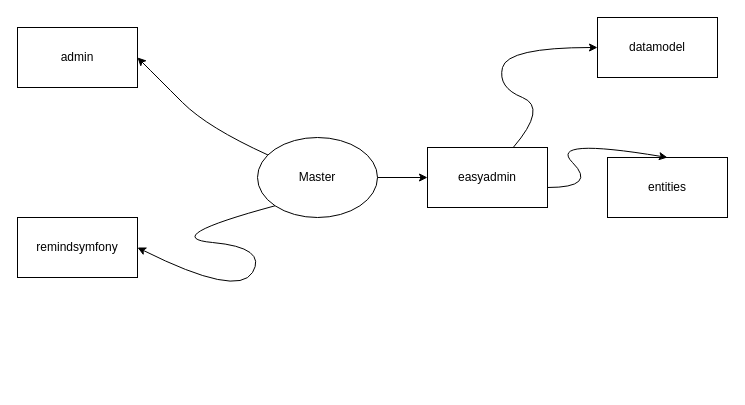
The draw.io diagram .docs/branches/branches.drawio in BigBen131283/portfolio, before the edit. Source tidied: cells renumbered, new cells numbered last; positions are measured from the earlier drawing's top-left corner, leaving out a move shared by most shapes. Both pictures are drawn from the tidied source at 100%, with x=0, y=0 at pixel (17, 17).
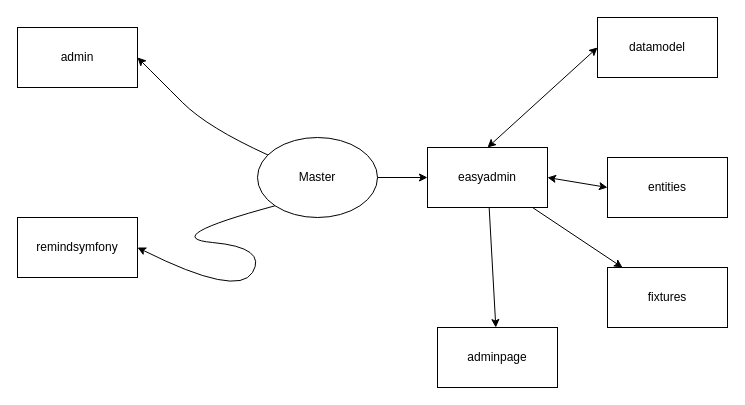
The same diagram, later.

Unchanged cells that the change refers to:
```xml
<mxCell id="7" value="easyadmin" style="rounded=0;whiteSpace=wrap;html=1;" parent="1" vertex="1">
  <mxGeometry x="410" y="130" width="120" height="60" as="geometry" />
</mxCell>
<mxCell id="8" value="datamodel" style="rounded=0;whiteSpace=wrap;html=1;" parent="1" vertex="1">
  <mxGeometry x="580" width="120" height="60" as="geometry" />
</mxCell>
<mxCell id="11" value="entities" style="rounded=0;whiteSpace=wrap;html=1;" parent="1" vertex="1">
  <mxGeometry x="590" y="140" width="120" height="60" as="geometry" />
</mxCell>
```

The edit, as a diff of the source:
```diff
@@
+    <mxCell id="13" style="edgeStyle=none;html=1;" parent="1" edge="1" source="7" target="15">
+      <mxGeometry relative="1" as="geometry" />
+    </mxCell>
+    <mxCell id="14" style="edgeStyle=none;html=1;" parent="1" edge="1" source="7" target="16">
+      <mxGeometry relative="1" as="geometry" />
+    </mxCell>
@@
-    <mxCell id="10" style="curved=1;endArrow=classic;html=1;entryX=0;entryY=0.5;entryDx=0;entryDy=0;" parent="1" edge="1" source="7" target="8">
-      <mxGeometry relative="1" as="geometry">
-        <Array as="points">
-          <mxPoint x="530" y="90" />
-          <mxPoint x="480" y="70" />
-          <mxPoint x="490" y="30" />
-        </Array>
-      </mxGeometry>
-    </mxCell>
@@
-    <mxCell id="12" style="curved=1;endArrow=classic;html=1;entryX=0.5;entryY=0;entryDx=0;entryDy=0;" parent="1" edge="1" target="11">
-      <mxGeometry relative="1" as="geometry">
-        <mxPoint x="530" y="170" as="sourcePoint" />
-        <Array as="points">
-          <mxPoint x="580" y="170" />
-          <mxPoint x="530" y="120" />
-        </Array>
-      </mxGeometry>
-    </mxCell>
+    <mxCell id="15" value="adminpage" style="whiteSpace=wrap;html=1;rounded=0;" parent="1" vertex="1">
+      <mxGeometry x="420" y="310" width="120" height="60" as="geometry" />
+    </mxCell>
+    <mxCell id="16" value="fixtures" style="whiteSpace=wrap;html=1;rounded=0;" parent="1" vertex="1">
+      <mxGeometry x="590" y="250" width="120" height="60" as="geometry" />
+    </mxCell>
+    <mxCell id="17" style="endArrow=classic;startArrow=classic;html=1;entryX=0;entryY=0.5;entryDx=0;entryDy=0;" parent="1" edge="1" target="8">
+      <mxGeometry relative="1" as="geometry">
+        <mxPoint x="470" y="130" as="sourcePoint" />
+      </mxGeometry>
+    </mxCell>
+    <mxCell id="18" style="endArrow=classic;startArrow=classic;html=1;entryX=0;entryY=0.5;entryDx=0;entryDy=0;" parent="1" edge="1" target="11">
+      <mxGeometry relative="1" as="geometry">
+        <mxPoint x="530" y="160" as="sourcePoint" />
+      </mxGeometry>
+    </mxCell>
```
